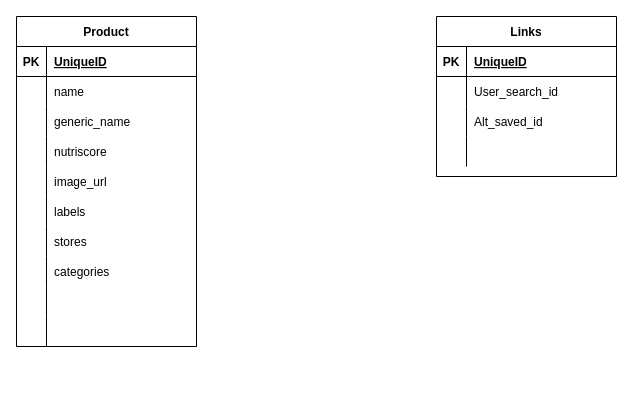
Before: modelededonnee.drawio in LeonardHehlen/pur_beurre_comparateur, a draw.io diagram. Source tidied: cells renumbered, new cells numbered last; positions are measured from the earlier drawing's top-left corner, leaving out a move shared by most shapes. Both pictures are drawn from the tidied source at 100%, with x=0, y=0 at pixel (16, 16).
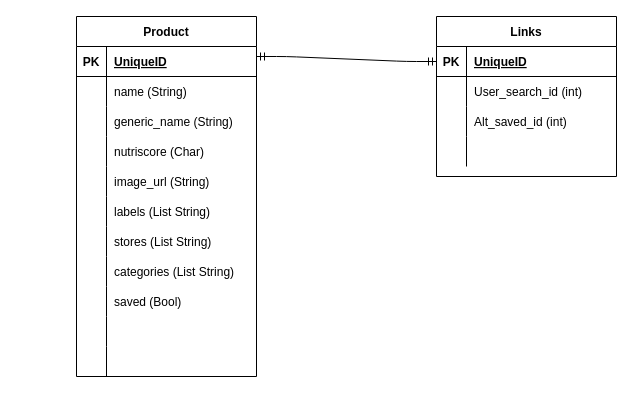
After the change.

Unchanged cells that the change refers to:
```xml
<mxCell id="6" style="shape=partialRectangle;fillColor=none;top=0;left=0;bottom=0;right=0;" parent="2" vertex="1">
  <mxGeometry y="60" width="180" height="30" as="geometry" />
</mxCell>
<mxCell id="9" style="shape=partialRectangle;fillColor=none;top=0;left=0;bottom=0;right=0;" parent="2" vertex="1">
  <mxGeometry y="90" width="180" height="30" as="geometry" />
</mxCell>
<mxCell id="12" style="shape=partialRectangle;fillColor=none;top=0;left=0;bottom=0;right=0;" parent="2" vertex="1">
  <mxGeometry y="120" width="180" height="30" as="geometry" />
</mxCell>
<mxCell id="15" style="shape=partialRectangle;fillColor=none;top=0;left=0;bottom=0;right=0;" parent="2" vertex="1">
  <mxGeometry y="150" width="180" height="30" as="geometry" />
</mxCell>
<mxCell id="18" style="shape=partialRectangle;fillColor=none;top=0;left=0;bottom=0;right=0;" parent="2" vertex="1">
  <mxGeometry y="180" width="180" height="30" as="geometry" />
</mxCell>
<mxCell id="21" style="shape=partialRectangle;fillColor=none;top=0;left=0;bottom=0;right=0;" parent="2" vertex="1">
  <mxGeometry y="210" width="180" height="30" as="geometry" />
</mxCell>
<mxCell id="24" style="shape=partialRectangle;fillColor=none;top=0;left=0;bottom=0;right=0;" parent="2" vertex="1">
  <mxGeometry y="240" width="180" height="30" as="geometry" />
</mxCell>
<mxCell id="34" style="shape=partialRectangle;fillColor=none;top=0;left=0;bottom=1;right=0;points=[[0,0.5],[1,0.5]];portConstraint=eastwest;" parent="33" vertex="1">
  <mxGeometry y="30" width="180" height="30" as="geometry" />
</mxCell>
<mxCell id="37" style="shape=partialRectangle;fillColor=none;top=0;left=0;bottom=0;right=0;" parent="33" vertex="1">
  <mxGeometry y="60" width="180" height="30" as="geometry" />
</mxCell>
<mxCell id="40" style="shape=partialRectangle;fillColor=none;top=0;left=0;bottom=0;right=0;" parent="33" vertex="1">
  <mxGeometry y="90" width="180" height="30" as="geometry" />
</mxCell>
```

The edit, as a diff of the source:
```diff
@@
     <mxCell id="2" value="Product" style="shape=table;startSize=30;childLayout=tableLayout;rowLines=0;fontStyle=1;align=center;" parent="1" vertex="1">
-      <mxGeometry width="180" height="330" as="geometry" />
+      <mxGeometry x="60" width="180" height="360" as="geometry" />
     </mxCell>
@@
-    <mxCell id="8" value="name" style="shape=partialRectangle;fillColor=none;top=0;left=0;bottom=0;right=0;align=left;spacingLeft=6;overflow=hidden;" parent="6" vertex="1">
+    <mxCell id="8" value="name (String)" style="shape=partialRectangle;fillColor=none;top=0;left=0;bottom=0;right=0;align=left;spacingLeft=6;overflow=hidden;" parent="6" vertex="1">
       <mxGeometry x="30" width="150" height="30" as="geometry" />
     </mxCell>
@@
-    <mxCell id="11" value="generic_name" style="shape=partialRectangle;fillColor=none;top=0;left=0;bottom=0;right=0;align=left;spacingLeft=6;overflow=hidden;" parent="9" vertex="1">
+    <mxCell id="11" value="generic_name (String)" style="shape=partialRectangle;fillColor=none;top=0;left=0;bottom=0;right=0;align=left;spacingLeft=6;overflow=hidden;" parent="9" vertex="1">
       <mxGeometry x="30" width="150" height="30" as="geometry" />
     </mxCell>
@@
-    <mxCell id="14" value="nutriscore" style="shape=partialRectangle;fillColor=none;top=0;left=0;bottom=0;right=0;align=left;spacingLeft=6;overflow=hidden;" parent="12" vertex="1">
+    <mxCell id="14" value="nutriscore (Char)" style="shape=partialRectangle;fillColor=none;top=0;left=0;bottom=0;right=0;align=left;spacingLeft=6;overflow=hidden;" parent="12" vertex="1">
       <mxGeometry x="30" width="150" height="30" as="geometry" />
     </mxCell>
@@
-    <mxCell id="17" value="image_url" style="shape=partialRectangle;fillColor=none;top=0;left=0;bottom=0;right=0;align=left;spacingLeft=6;overflow=hidden;" parent="15" vertex="1">
+    <mxCell id="17" value="image_url (String)" style="shape=partialRectangle;fillColor=none;top=0;left=0;bottom=0;right=0;align=left;spacingLeft=6;overflow=hidden;" parent="15" vertex="1">
       <mxGeometry x="30" width="150" height="30" as="geometry" />
     </mxCell>
@@
-    <mxCell id="20" value="labels" style="shape=partialRectangle;fillColor=none;top=0;left=0;bottom=0;right=0;align=left;spacingLeft=6;overflow=hidden;" parent="18" vertex="1">
+    <mxCell id="20" value="labels (List String)" style="shape=partialRectangle;fillColor=none;top=0;left=0;bottom=0;right=0;align=left;spacingLeft=6;overflow=hidden;" parent="18" vertex="1">
       <mxGeometry x="30" width="150" height="30" as="geometry" />
     </mxCell>
@@
-    <mxCell id="23" value="stores" style="shape=partialRectangle;fillColor=none;top=0;left=0;bottom=0;right=0;align=left;spacingLeft=6;overflow=hidden;" parent="21" vertex="1">
+    <mxCell id="23" value="stores (List String)" style="shape=partialRectangle;fillColor=none;top=0;left=0;bottom=0;right=0;align=left;spacingLeft=6;overflow=hidden;" parent="21" vertex="1">
       <mxGeometry x="30" width="150" height="30" as="geometry" />
     </mxCell>
@@
-    <mxCell id="26" value="categories" style="shape=partialRectangle;fillColor=none;top=0;left=0;bottom=0;right=0;align=left;spacingLeft=6;overflow=hidden;" parent="24" vertex="1">
+    <mxCell id="26" value="categories (List String)" style="shape=partialRectangle;fillColor=none;top=0;left=0;bottom=0;right=0;align=left;spacingLeft=6;overflow=hidden;" parent="24" vertex="1">
       <mxGeometry x="30" width="150" height="30" as="geometry" />
     </mxCell>
+    <mxCell id="46" style="shape=partialRectangle;fillColor=none;top=0;left=0;bottom=0;right=0;" parent="2" vertex="1">
+      <mxGeometry y="270" width="180" height="30" as="geometry" />
+    </mxCell>
+    <mxCell id="47" style="shape=partialRectangle;fillColor=none;top=0;left=0;bottom=0;right=0;overflow=hidden;" parent="46" vertex="1">
+      <mxGeometry width="30" height="30" as="geometry" />
+    </mxCell>
+    <mxCell id="48" value="saved (Bool)" style="shape=partialRectangle;fillColor=none;top=0;left=0;bottom=0;right=0;align=left;spacingLeft=6;overflow=hidden;" parent="46" vertex="1">
+      <mxGeometry x="30" width="150" height="30" as="geometry" />
+    </mxCell>
     <mxCell id="27" style="shape=partialRectangle;fillColor=none;top=0;left=0;bottom=0;right=0;" parent="2" vertex="1">
-      <mxGeometry y="270" width="180" height="30" as="geometry" />
+      <mxGeometry y="300" width="180" height="30" as="geometry" />
     </mxCell>
@@
     <mxCell id="30" style="shape=partialRectangle;fillColor=none;top=0;left=0;bottom=0;right=0;" parent="2" vertex="1">
-      <mxGeometry y="300" width="180" height="30" as="geometry" />
+      <mxGeometry y="330" width="180" height="30" as="geometry" />
     </mxCell>
@@
-    <mxCell id="39" value="User_search_id" style="shape=partialRectangle;fillColor=none;top=0;left=0;bottom=0;right=0;align=left;spacingLeft=6;overflow=hidden;" parent="37" vertex="1">
+    <mxCell id="39" value="User_search_id (int)" style="shape=partialRectangle;fillColor=none;top=0;left=0;bottom=0;right=0;align=left;spacingLeft=6;overflow=hidden;" parent="37" vertex="1">
       <mxGeometry x="30" width="150" height="30" as="geometry" />
     </mxCell>
@@
-    <mxCell id="42" value="Alt_saved_id" style="shape=partialRectangle;fillColor=none;top=0;left=0;bottom=0;right=0;align=left;spacingLeft=6;overflow=hidden;" parent="40" vertex="1">
+    <mxCell id="42" value="Alt_saved_id (int)" style="shape=partialRectangle;fillColor=none;top=0;left=0;bottom=0;right=0;align=left;spacingLeft=6;overflow=hidden;" parent="40" vertex="1">
       <mxGeometry x="30" width="150" height="30" as="geometry" />
     </mxCell>
@@
+    <mxCell id="49" style="edgeStyle=entityRelationEdgeStyle;fontSize=12;html=1;endArrow=ERmandOne;startArrow=ERmandOne;entryX=0;entryY=0.5;entryDx=0;entryDy=0;" parent="1" edge="1" target="34">
+      <mxGeometry relative="1" as="geometry">
+        <mxPoint x="240" y="40" as="sourcePoint" />
+      </mxGeometry>
+    </mxCell>
```
